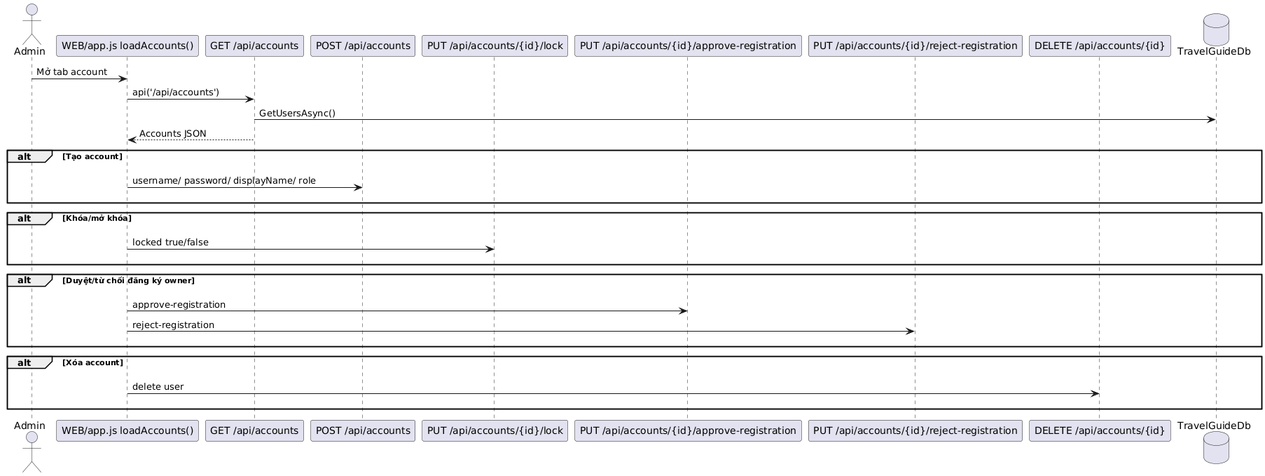
Before: Diagrams/SE Admin QuanLyTaiKhoan.png, a diagram exported from PlantUML (hoangtri22/TravelGuide). Source of this version:
```plantuml
@startuml
actor Admin as A
participant "WEB/app.js loadAccounts()" as FE
participant "GET /api/accounts" as GET
participant "POST /api/accounts" as POST
participant "PUT /api/accounts/{id}/lock" as LOCK
participant "PUT /api/accounts/{id}/approve-registration" as APPROVE
participant "PUT /api/accounts/{id}/reject-registration" as REJECT
participant "DELETE /api/accounts/{id}" as DELETE
database "TravelGuideDb" as DB
A -> FE : Mở tab account
FE -> GET : api('/api/accounts')
GET -> DB : GetUsersAsync()
GET --> FE : Accounts JSON
alt Tạo account
  A -[hidden]-> DB
  FE -> POST : username/ password/ displayName/ role
  DB -[hidden]-> A
end
alt Khóa/mở khóa
  A -[hidden]-> DB
  FE -> LOCK : locked true/false
  DB -[hidden]-> A
end
alt Duyệt/từ chối đăng ký owner
  A -[hidden]-> DB
  FE -> APPROVE : approve-registration
  FE -> REJECT : reject-registration
  DB -[hidden]-> A
end
alt Xóa account
  A -[hidden]-> DB
  FE -> DELETE : delete user
  DB -[hidden]-> A
end
@enduml
```
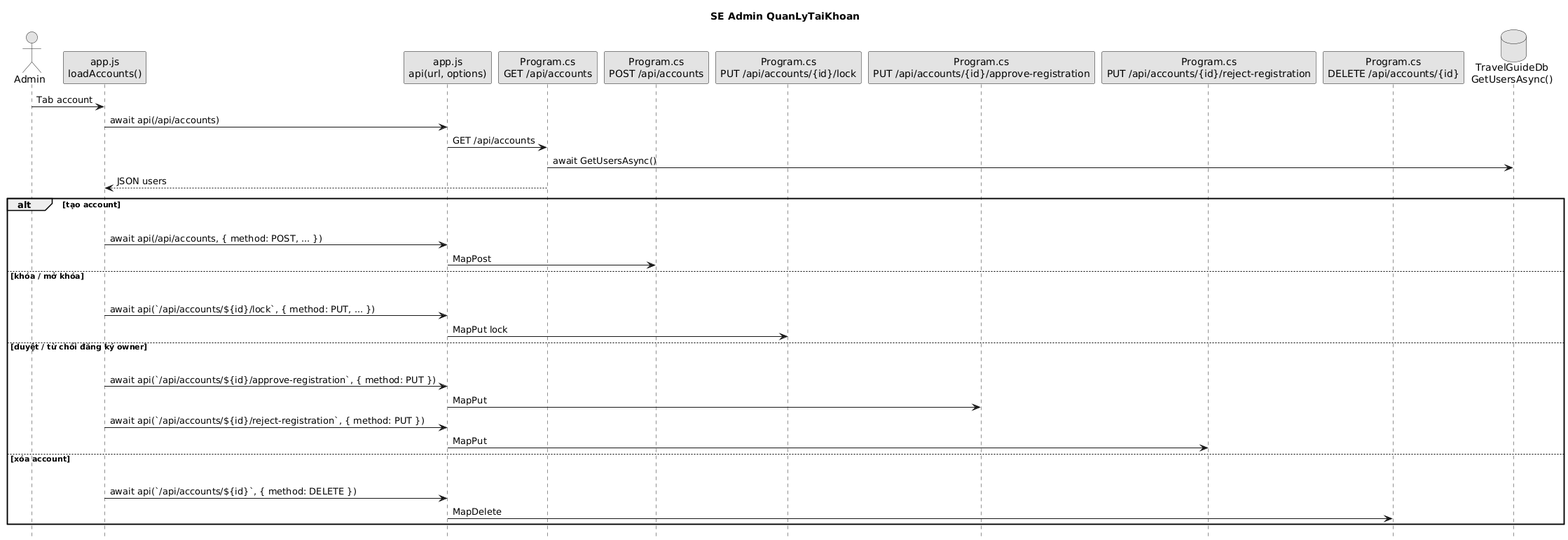
Later version of the same file.

Diff of the diagram source:
```diff
@@ -1,36 +1,44 @@
 @startuml
+title SE Admin QuanLyTaiKhoan
+skinparam shadowing false
+skinparam monochrome true
+hide footbox
 actor Admin as A
-participant "WEB/app.js loadAccounts()" as FE
-participant "GET /api/accounts" as GET
-participant "POST /api/accounts" as POST
-participant "PUT /api/accounts/{id}/lock" as LOCK
-participant "PUT /api/accounts/{id}/approve-registration" as APPROVE
-participant "PUT /api/accounts/{id}/reject-registration" as REJECT
-participant "DELETE /api/accounts/{id}" as DELETE
-database "TravelGuideDb" as DB
-A -> FE : Mở tab account
-FE -> GET : api('/api/accounts')
-GET -> DB : GetUsersAsync()
-GET --> FE : Accounts JSON
-alt Tạo account
-  A -[hidden]-> DB
-  FE -> POST : username/ password/ displayName/ role
-  DB -[hidden]-> A
-end
-alt Khóa/mở khóa
-  A -[hidden]-> DB
-  FE -> LOCK : locked true/false
-  DB -[hidden]-> A
-end
-alt Duyệt/từ chối đăng ký owner
-  A -[hidden]-> DB
-  FE -> APPROVE : approve-registration
-  FE -> REJECT : reject-registration
-  DB -[hidden]-> A
-end
-alt Xóa account
-  A -[hidden]-> DB
-  FE -> DELETE : delete user
-  DB -[hidden]-> A
+participant "app.js\nloadAccounts()" as FE
+participant "app.js\napi(url, options)" as APIJS
+participant "Program.cs\nGET /api/accounts" as GET
+participant "Program.cs\nPOST /api/accounts" as POST
+participant "Program.cs\nPUT /api/accounts/{id}/lock" as LOCK
+participant "Program.cs\nPUT /api/accounts/{id}/approve-registration" as APPROVE
+participant "Program.cs\nPUT /api/accounts/{id}/reject-registration" as REJECT
+participant "Program.cs\nDELETE /api/accounts/{id}" as DELETE
+database "TravelGuideDb\nGetUsersAsync()" as DB
+A -> FE : Tab account
+FE -> APIJS : await api(/api/accounts)
+APIJS -> GET : GET /api/accounts
+GET -> DB : await GetUsersAsync()
+GET --> FE : JSON users
+alt tạo account
+  A -[hidden]-> FE
+  APIJS -[hidden]-> DB
+  FE -> APIJS : await api(/api/accounts, { method: POST, ... })
+  APIJS -> POST : MapPost
+else khóa / mở khóa
+  A -[hidden]-> FE
+  APIJS -[hidden]-> DB
+  FE -> APIJS : await api(`/api/accounts/${id}/lock`, { method: PUT, ... })
+  APIJS -> LOCK : MapPut lock
+else duyệt / từ chối đăng ký owner
+  A -[hidden]-> FE
+  APIJS -[hidden]-> DB
+  FE -> APIJS : await api(`/api/accounts/${id}/approve-registration`, { method: PUT })
+  APIJS -> APPROVE : MapPut
+  FE -> APIJS : await api(`/api/accounts/${id}/reject-registration`, { method: PUT })
+  APIJS -> REJECT : MapPut
+else xóa account
+  A -[hidden]-> FE
+  APIJS -[hidden]-> DB
+  FE -> APIJS : await api(`/api/accounts/${id}`, { method: DELETE })
+  APIJS -> DELETE : MapDelete
 end
 @enduml
```
